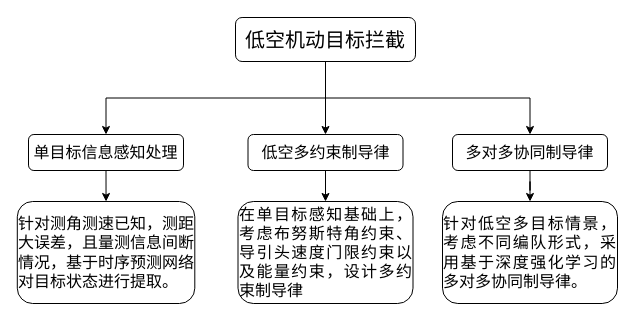
Above: 低空拦截.drawio in master-fency/plot (draw.io), before the change. Source tidied: cells renumbered, new cells numbered last; positions are measured from the earlier drawing's top-left corner, leaving out a move shared by most shapes. Both pictures are drawn from the tidied source at 100%, with x=0, y=0 at pixel (17, 17).
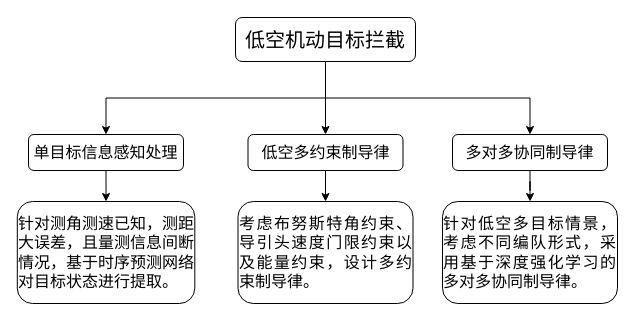
Above is the later version.

Commit message:
更新低空拦截.drawio

What changed in the source:
```diff
@@
 <mxGraphModel>
   <root>
     <mxCell id="0" />
     <mxCell id="1" parent="0" />
     <mxCell id="2" style="edgeStyle=orthogonalEdgeStyle;rounded=0;jettySize=auto;html=1;exitX=0.5;exitY=1;exitDx=0;exitDy=0;entryX=0.5;entryY=0;entryDx=0;entryDy=0;fontFamily=Helvetica;fontSize=12;fontColor=default;" parent="1" edge="1" source="5" target="9">
       <mxGeometry relative="1" as="geometry" />
     </mxCell>
     <mxCell id="3" style="edgeStyle=orthogonalEdgeStyle;rounded=0;jettySize=auto;html=1;exitX=0.5;exitY=1;exitDx=0;exitDy=0;entryX=0.5;entryY=0;entryDx=0;entryDy=0;fontFamily=Helvetica;fontSize=12;fontColor=default;" parent="1" edge="1" source="5" target="11">
       <mxGeometry relative="1" as="geometry" />
     </mxCell>
     <mxCell id="4" style="edgeStyle=orthogonalEdgeStyle;rounded=0;jettySize=auto;html=1;exitX=0.5;exitY=1;exitDx=0;exitDy=0;entryX=0.5;entryY=0;entryDx=0;entryDy=0;fontFamily=Helvetica;fontSize=12;fontColor=default;" parent="1" edge="1" source="5" target="7">
       <mxGeometry x="0.14" relative="1" as="geometry" />
     </mxCell>
     <mxCell id="5" value="&lt;font style=&quot;font-size: 20px;&quot; face=&quot;Times New Roman&quot;&gt;低空机动目标拦截&lt;/font&gt;" style="rounded=1;whiteSpace=wrap;html=1;roundedPerimeter=1;fontFamily=Times New Roman;" parent="1" vertex="1">
       <mxGeometry x="218" width="180" height="44" as="geometry" />
     </mxCell>
     <mxCell id="6" style="edgeStyle=orthogonalEdgeStyle;rounded=0;jettySize=auto;html=1;exitX=0.5;exitY=1;exitDx=0;exitDy=0;entryX=0.5;entryY=0;entryDx=0;entryDy=0;fontFamily=Helvetica;fontSize=12;fontColor=default;" parent="1" edge="1" source="7" target="12">
       <mxGeometry relative="1" as="geometry" />
     </mxCell>
     <mxCell id="7" value="&lt;font style=&quot;font-size: 16px;&quot; face=&quot;Times New Roman&quot;&gt;单目标信息感知处理&lt;/font&gt;" style="rounded=1;whiteSpace=wrap;html=1;roundedPerimeter=1;fontFamily=Times New Roman;" parent="1" vertex="1">
       <mxGeometry x="11" y="117" width="155" height="36" as="geometry" />
     </mxCell>
     <mxCell id="8" style="edgeStyle=orthogonalEdgeStyle;rounded=0;jettySize=auto;html=1;fontFamily=Helvetica;fontSize=12;fontColor=default;" parent="1" edge="1" source="9" target="13">
       <mxGeometry relative="1" as="geometry" />
     </mxCell>
     <mxCell id="9" value="&lt;font style=&quot;font-size: 16px;&quot; face=&quot;Times New Roman&quot;&gt;低空多约束制导律&lt;/font&gt;" style="rounded=1;whiteSpace=wrap;html=1;roundedPerimeter=1;fontFamily=Times New Roman;" parent="1" vertex="1">
       <mxGeometry x="230.5" y="117" width="155" height="36" as="geometry" />
     </mxCell>
     <mxCell id="10" style="edgeStyle=orthogonalEdgeStyle;rounded=0;jettySize=auto;html=1;fontFamily=Helvetica;fontSize=12;fontColor=default;" parent="1" edge="1" source="11" target="14">
       <mxGeometry relative="1" as="geometry" />
     </mxCell>
     <mxCell id="11" value="&lt;font style=&quot;font-size: 16px;&quot; face=&quot;Times New Roman&quot;&gt;多对多协同制导律&lt;/font&gt;" style="rounded=1;whiteSpace=wrap;html=1;roundedPerimeter=1;fontFamily=Times New Roman;" parent="1" vertex="1">
       <mxGeometry x="435" y="117" width="155" height="36" as="geometry" />
     </mxCell>
     <mxCell id="12" value="&lt;div style=&quot;text-align: justify;&quot;&gt;&lt;span style=&quot;font-size: 16px; background-color: transparent; color: light-dark(rgb(0, 0, 0), rgb(255, 255, 255));&quot;&gt;针对测角测速已知，测距大误差，且量测信息间断情况，基于时序预测网络对目标状态进行提取。&lt;/span&gt;&lt;/div&gt;" style="rounded=1;whiteSpace=wrap;html=1;roundedPerimeter=1;fontFamily=Times New Roman;" parent="1" vertex="1">
       <mxGeometry x="-0.2" y="184" width="177.5" height="102" as="geometry" />
     </mxCell>
-    <mxCell id="13" value="&lt;div style=&quot;text-align: justify;&quot;&gt;&lt;span style=&quot;font-size: 16px; background-color: transparent; color: light-dark(rgb(0, 0, 0), rgb(255, 255, 255));&quot;&gt;在单目标感知基础上，考虑布努斯特角约束、导引头速度门限约束以及能量约束，设计多约束制导律&lt;/span&gt;&lt;/div&gt;" style="rounded=1;whiteSpace=wrap;html=1;roundedPerimeter=1;fontFamily=Times New Roman;" parent="1" vertex="1">
+    <mxCell id="13" value="&lt;div style=&quot;text-align: justify;&quot;&gt;&lt;span style=&quot;font-size: 16px; background-color: transparent; color: light-dark(rgb(0, 0, 0), rgb(255, 255, 255));&quot;&gt;考虑布努斯特角约束、导引头速度门限约束以及能量约束，设计多约束制导律。&lt;/span&gt;&lt;/div&gt;" style="rounded=1;whiteSpace=wrap;html=1;roundedPerimeter=1;fontFamily=Times New Roman;" parent="1" vertex="1">
       <mxGeometry x="220.5" y="184" width="175" height="102" as="geometry" />
     </mxCell>
     <mxCell id="14" value="&lt;div style=&quot;text-align: justify;&quot;&gt;&lt;span style=&quot;font-size: 16px; background-color: transparent; color: light-dark(rgb(0, 0, 0), rgb(255, 255, 255));&quot;&gt;针对低空多目标情景，考虑不同编队形式，采用基于深度强化学习的多对多协同制导律。&lt;/span&gt;&lt;/div&gt;" style="rounded=1;whiteSpace=wrap;html=1;roundedPerimeter=1;fontFamily=Times New Roman;" parent="1" vertex="1">
       <mxGeometry x="425" y="184" width="175" height="102" as="geometry" />
     </mxCell>
   </root>
 </mxGraphModel>
```
